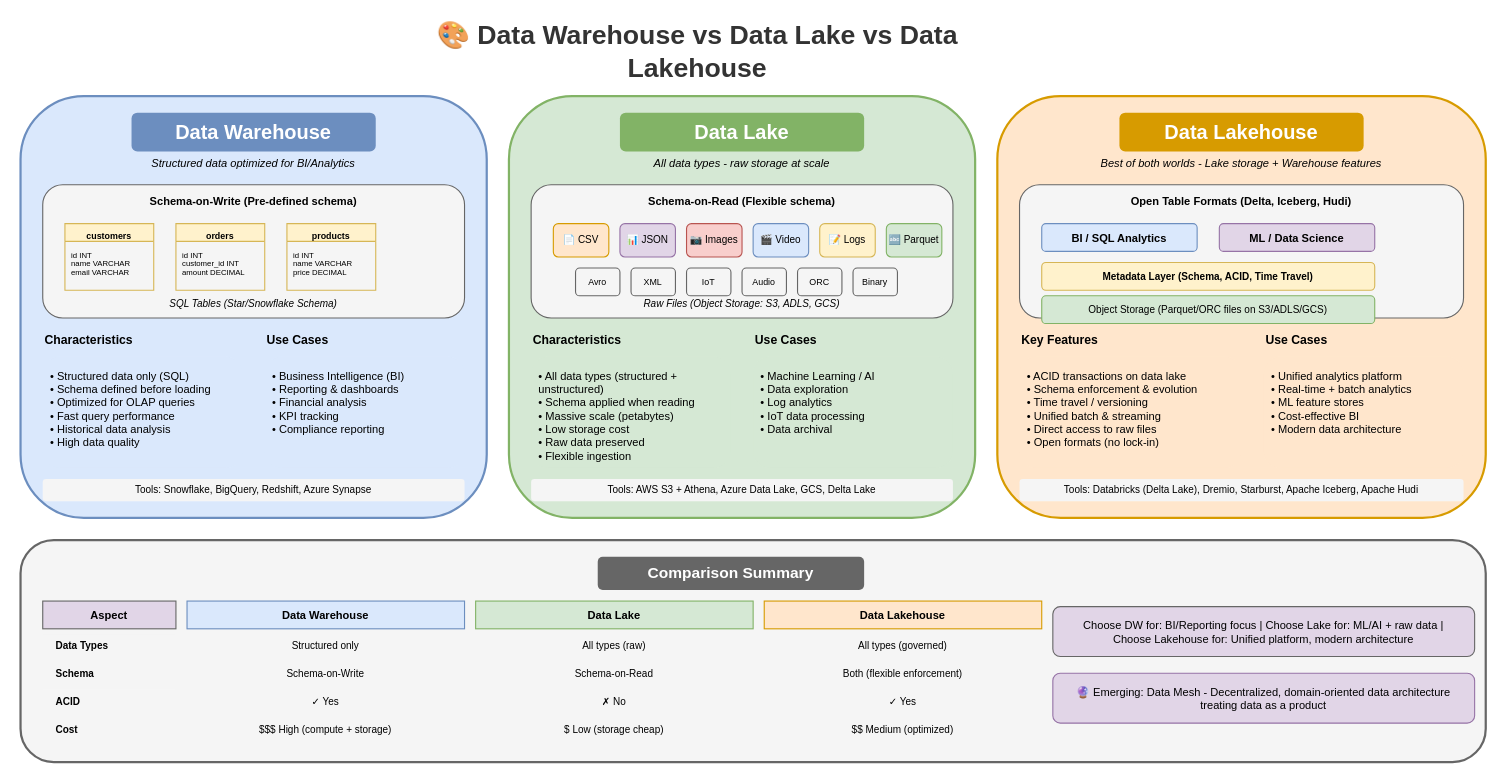
Earlier version of the draw.io diagram lesson-01-software-design-architecture/diagrams/5.3-data-warehouse-vs-lake.drawio (MrParkerZ7/document-lesson-software-architect-x-claude). Source tidied: cells renumbered, new cells numbered last; positions are measured from the earlier drawing's top-left corner, leaving out a move shared by most shapes. Both pictures are drawn from the tidied source at 111%, with x=0, y=0 at pixel (20, 29).
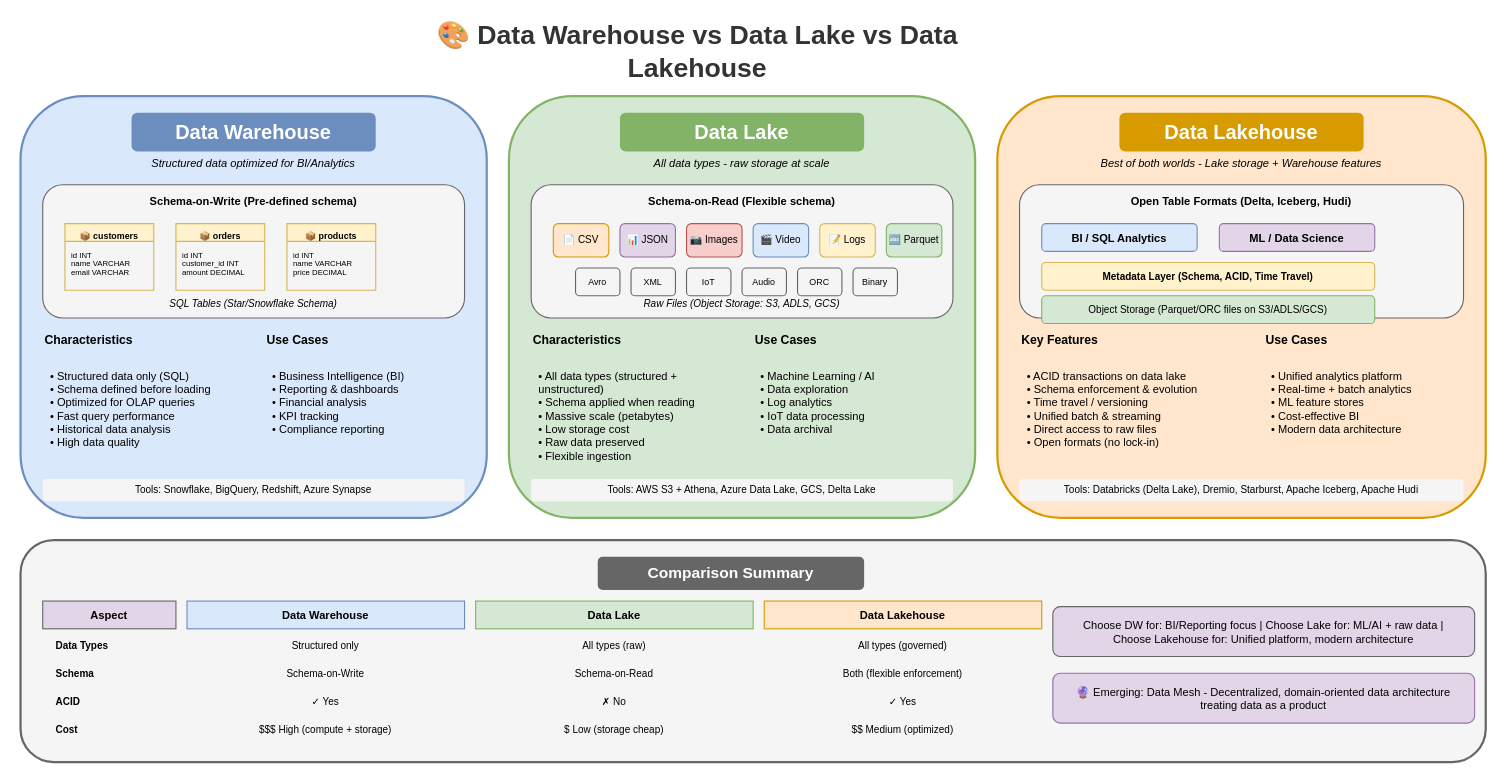
The same diagram, later.

What changed in the source:
```diff
@@
-    <mxCell id="8" value="customers" style="swimlane;fontStyle=1;align=center;verticalAlign=top;horizontal=1;startSize=16;fillColor=#fff2cc;strokeColor=#d6b656;fontSize=8;" parent="1" vertex="1">
+    <mxCell id="8" value="📦 customers" style="swimlane;fontStyle=1;align=center;verticalAlign=top;horizontal=1;startSize=16;fillColor=#fff2cc;strokeColor=#d6b656;fontSize=8;" parent="1" vertex="1">
       <mxGeometry x="40" y="175" width="80" height="60" as="geometry" />
     </mxCell>
@@
-    <mxCell id="10" value="orders" style="swimlane;fontStyle=1;align=center;verticalAlign=top;horizontal=1;startSize=16;fillColor=#fff2cc;strokeColor=#d6b656;fontSize=8;" parent="1" vertex="1">
+    <mxCell id="10" value="📦 orders" style="swimlane;fontStyle=1;align=center;verticalAlign=top;horizontal=1;startSize=16;fillColor=#fff2cc;strokeColor=#d6b656;fontSize=8;" parent="1" vertex="1">
       <mxGeometry x="140" y="175" width="80" height="60" as="geometry" />
     </mxCell>
@@
-    <mxCell id="12" value="products" style="swimlane;fontStyle=1;align=center;verticalAlign=top;horizontal=1;startSize=16;fillColor=#fff2cc;strokeColor=#d6b656;fontSize=8;" parent="1" vertex="1">
+    <mxCell id="12" value="📦 products" style="swimlane;fontStyle=1;align=center;verticalAlign=top;horizontal=1;startSize=16;fillColor=#fff2cc;strokeColor=#d6b656;fontSize=8;" parent="1" vertex="1">
       <mxGeometry x="240" y="175" width="80" height="60" as="geometry" />
     </mxCell>
```
